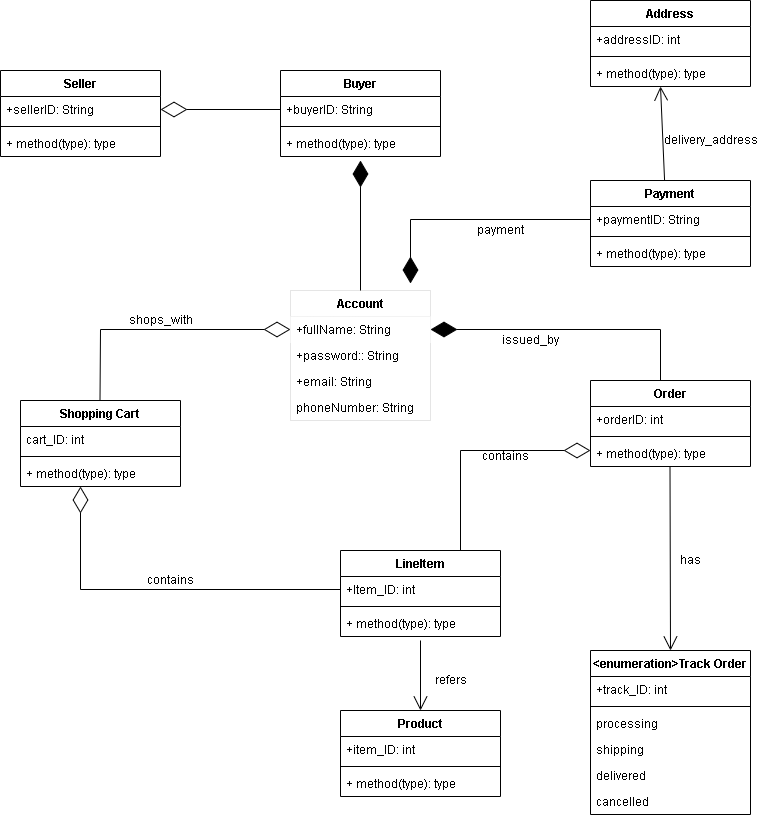
Before: givealittle/UML diagramls/Logical View/classDiagram.png, a diagram exported from draw.io (tiisetsohub/GiveALittle). Source tidied: cells renumbered, new cells last; positions are measured from the earlier drawing's top-left corner, leaving out a move shared by most shapes.
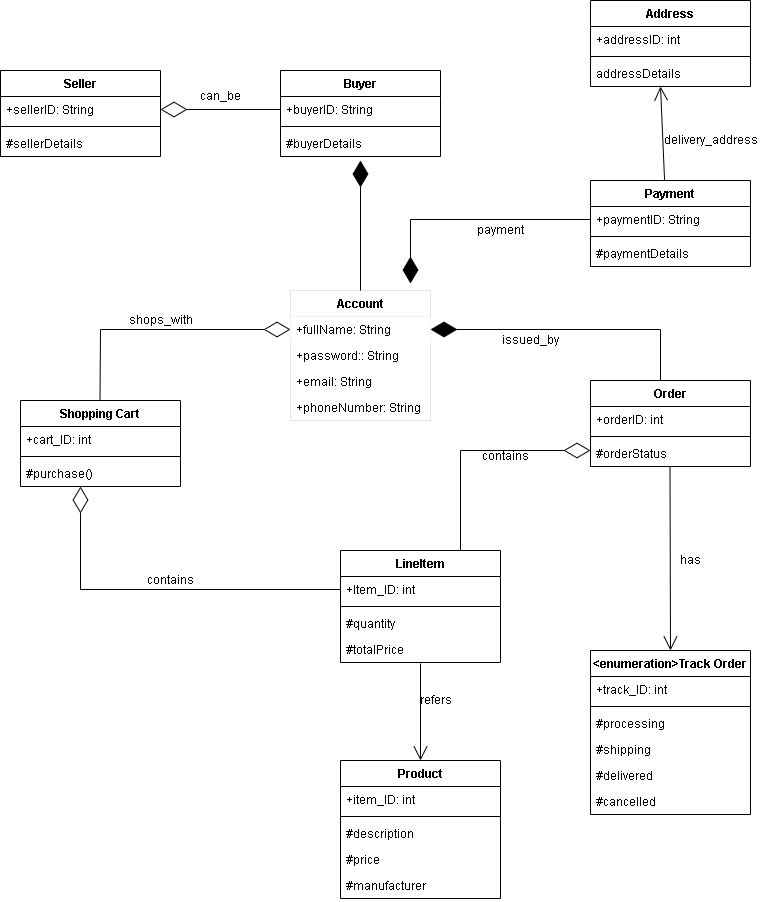
Above is the later version.

What changed in the source:
```diff
@@ -11,7 +11,7 @@
     <mxCell id="4" style="line;strokeWidth=1;fillColor=none;align=left;verticalAlign=middle;spacingTop=-1;spacingLeft=3;spacingRight=3;labelPosition=right;" parent="2" vertex="1">
       <mxGeometry y="52" width="160" height="8" as="geometry" />
     </mxCell>
-    <mxCell id="5" value="+ method(type): type" style="text;strokeColor=none;fillColor=none;align=left;verticalAlign=top;spacingLeft=4;spacingRight=4;overflow=hidden;" parent="2" vertex="1">
+    <mxCell id="5" value="#buyerDetails" style="text;strokeColor=none;fillColor=none;align=left;verticalAlign=top;spacingLeft=4;spacingRight=4;overflow=hidden;" parent="2" vertex="1">
       <mxGeometry y="60" width="160" height="26" as="geometry" />
     </mxCell>
     <mxCell id="6" value="Payment" style="swimlane;fontStyle=1;align=center;verticalAlign=top;horizontal=1;startSize=26;" parent="1" vertex="1">
@@ -23,7 +23,7 @@
     <mxCell id="8" style="line;strokeWidth=1;fillColor=none;align=left;verticalAlign=middle;spacingTop=-1;spacingLeft=3;spacingRight=3;labelPosition=right;" parent="6" vertex="1">
       <mxGeometry y="52" width="160" height="8" as="geometry" />
     </mxCell>
-    <mxCell id="9" value="+ method(type): type" style="text;strokeColor=none;fillColor=none;align=left;verticalAlign=top;spacingLeft=4;spacingRight=4;overflow=hidden;" parent="6" vertex="1">
+    <mxCell id="9" value="#paymentDetails" style="text;strokeColor=none;fillColor=none;align=left;verticalAlign=top;spacingLeft=4;spacingRight=4;overflow=hidden;" parent="6" vertex="1">
       <mxGeometry y="60" width="160" height="26" as="geometry" />
     </mxCell>
     <mxCell id="10" value="Order" style="swimlane;fontStyle=1;align=center;verticalAlign=top;horizontal=1;startSize=26;" parent="1" vertex="1">
@@ -35,11 +35,11 @@
     <mxCell id="12" style="line;strokeWidth=1;fillColor=none;align=left;verticalAlign=middle;spacingTop=-1;spacingLeft=3;spacingRight=3;labelPosition=right;" parent="10" vertex="1">
       <mxGeometry y="52" width="160" height="8" as="geometry" />
     </mxCell>
-    <mxCell id="13" value="+ method(type): type" style="text;strokeColor=none;fillColor=none;align=left;verticalAlign=top;spacingLeft=4;spacingRight=4;overflow=hidden;" parent="10" vertex="1">
+    <mxCell id="13" value="#orderStatus" style="text;strokeColor=none;fillColor=none;align=left;verticalAlign=top;spacingLeft=4;spacingRight=4;overflow=hidden;" parent="10" vertex="1">
       <mxGeometry y="60" width="160" height="26" as="geometry" />
     </mxCell>
     <mxCell id="14" value="LineItem" style="swimlane;fontStyle=1;align=center;verticalAlign=top;horizontal=1;startSize=26;" parent="1" vertex="1">
-      <mxGeometry x="340" y="550" width="160" height="86" as="geometry" />
+      <mxGeometry x="340" y="550" width="160" height="112" as="geometry" />
     </mxCell>
     <mxCell id="15" value="+Item_ID: int" style="text;strokeColor=none;fillColor=none;align=left;verticalAlign=top;spacingLeft=4;spacingRight=4;overflow=hidden;points=[[0,0.5],[1,0.5]];portConstraint=eastwest;" parent="14" vertex="1">
       <mxGeometry y="26" width="160" height="26" as="geometry" />
@@ -47,23 +47,26 @@
     <mxCell id="16" style="line;strokeWidth=1;fillColor=none;align=left;verticalAlign=middle;spacingTop=-1;spacingLeft=3;spacingRight=3;labelPosition=right;" parent="14" vertex="1">
       <mxGeometry y="52" width="160" height="8" as="geometry" />
     </mxCell>
-    <mxCell id="17" value="+ method(type): type" style="text;strokeColor=none;fillColor=none;align=left;verticalAlign=top;spacingLeft=4;spacingRight=4;overflow=hidden;points=[[0,0.5],[1,0.5]];portConstraint=eastwest;" parent="14" vertex="1">
+    <mxCell id="17" value="#quantity" style="text;strokeColor=none;fillColor=none;align=left;verticalAlign=top;spacingLeft=4;spacingRight=4;overflow=hidden;points=[[0,0.5],[1,0.5]];portConstraint=eastwest;" parent="14" vertex="1">
       <mxGeometry y="60" width="160" height="26" as="geometry" />
     </mxCell>
+    <mxCell id="64" value="#totalPrice" style="text;strokeColor=none;fillColor=none;align=left;verticalAlign=top;spacingLeft=4;spacingRight=4;overflow=hidden;points=[[0,0.5],[1,0.5]];portConstraint=eastwest;" parent="14" vertex="1">
+      <mxGeometry y="86" width="160" height="26" as="geometry" />
+    </mxCell>
     <mxCell id="18" value="Shopping Cart" style="swimlane;fontStyle=1;align=center;verticalAlign=top;horizontal=1;startSize=26;" parent="1" vertex="1">
       <mxGeometry x="20" y="400" width="160" height="86" as="geometry" />
     </mxCell>
-    <mxCell id="19" value="cart_ID: int" style="text;strokeColor=none;fillColor=none;align=left;verticalAlign=top;spacingLeft=4;spacingRight=4;overflow=hidden;" parent="18" vertex="1">
+    <mxCell id="19" value="+cart_ID: int" style="text;strokeColor=none;fillColor=none;align=left;verticalAlign=top;spacingLeft=4;spacingRight=4;overflow=hidden;" parent="18" vertex="1">
       <mxGeometry y="26" width="160" height="26" as="geometry" />
     </mxCell>
     <mxCell id="20" style="line;strokeWidth=1;fillColor=none;align=left;verticalAlign=middle;spacingTop=-1;spacingLeft=3;spacingRight=3;labelPosition=right;" parent="18" vertex="1">
       <mxGeometry y="52" width="160" height="8" as="geometry" />
     </mxCell>
-    <mxCell id="21" value="+ method(type): type" style="text;strokeColor=none;fillColor=none;align=left;verticalAlign=top;spacingLeft=4;spacingRight=4;overflow=hidden;points=[[0,0.5],[1,0.5]];portConstraint=eastwest;" parent="18" vertex="1">
+    <mxCell id="21" value="#purchase()" style="text;strokeColor=none;fillColor=none;align=left;verticalAlign=top;spacingLeft=4;spacingRight=4;overflow=hidden;points=[[0,0.5],[1,0.5]];portConstraint=eastwest;" parent="18" vertex="1">
       <mxGeometry y="60" width="160" height="26" as="geometry" />
     </mxCell>
     <mxCell id="22" value="Product" style="swimlane;fontStyle=1;align=center;verticalAlign=top;horizontal=1;startSize=26;" parent="1" vertex="1">
-      <mxGeometry x="340" y="710" width="160" height="86" as="geometry" />
+      <mxGeometry x="340" y="760" width="160" height="138" as="geometry" />
     </mxCell>
     <mxCell id="23" value="+item_ID: int" style="text;strokeColor=none;fillColor=none;align=left;verticalAlign=top;spacingLeft=4;spacingRight=4;overflow=hidden;" parent="22" vertex="1">
       <mxGeometry y="26" width="160" height="26" as="geometry" />
@@ -71,9 +74,15 @@
     <mxCell id="24" style="line;strokeWidth=1;fillColor=none;align=left;verticalAlign=middle;spacingTop=-1;spacingLeft=3;spacingRight=3;labelPosition=right;" parent="22" vertex="1">
       <mxGeometry y="52" width="160" height="8" as="geometry" />
     </mxCell>
-    <mxCell id="25" value="+ method(type): type" style="text;strokeColor=none;fillColor=none;align=left;verticalAlign=top;spacingLeft=4;spacingRight=4;overflow=hidden;" parent="22" vertex="1">
+    <mxCell id="25" value="#description" style="text;strokeColor=none;fillColor=none;align=left;verticalAlign=top;spacingLeft=4;spacingRight=4;overflow=hidden;" parent="22" vertex="1">
       <mxGeometry y="60" width="160" height="26" as="geometry" />
     </mxCell>
+    <mxCell id="65" value="#price" style="text;strokeColor=none;fillColor=none;align=left;verticalAlign=top;spacingLeft=4;spacingRight=4;overflow=hidden;" parent="22" vertex="1">
+      <mxGeometry y="86" width="160" height="26" as="geometry" />
+    </mxCell>
+    <mxCell id="66" value="#manufacturer" style="text;strokeColor=none;fillColor=none;align=left;verticalAlign=top;spacingLeft=4;spacingRight=4;overflow=hidden;" parent="22" vertex="1">
+      <mxGeometry y="112" width="160" height="26" as="geometry" />
+    </mxCell>
     <mxCell id="26" value="&lt;enumeration&gt;Track Order" style="swimlane;fontStyle=1;align=center;verticalAlign=top;horizontal=1;startSize=26;" parent="1" vertex="1">
       <mxGeometry x="590" y="650" width="160" height="164" as="geometry" />
     </mxCell>
@@ -83,16 +92,16 @@
     <mxCell id="28" style="line;strokeWidth=1;fillColor=none;align=left;verticalAlign=middle;spacingTop=-1;spacingLeft=3;spacingRight=3;labelPosition=right;" parent="26" vertex="1">
       <mxGeometry y="52" width="160" height="8" as="geometry" />
     </mxCell>
-    <mxCell id="29" value="processing" style="text;strokeColor=none;fillColor=none;align=left;verticalAlign=top;spacingLeft=4;spacingRight=4;overflow=hidden;" parent="26" vertex="1">
+    <mxCell id="29" value="#processing" style="text;strokeColor=none;fillColor=none;align=left;verticalAlign=top;spacingLeft=4;spacingRight=4;overflow=hidden;" parent="26" vertex="1">
       <mxGeometry y="60" width="160" height="26" as="geometry" />
     </mxCell>
-    <mxCell id="30" value="shipping" style="text;strokeColor=none;fillColor=none;align=left;verticalAlign=top;spacingLeft=4;spacingRight=4;overflow=hidden;" parent="26" vertex="1">
+    <mxCell id="30" value="#shipping" style="text;strokeColor=none;fillColor=none;align=left;verticalAlign=top;spacingLeft=4;spacingRight=4;overflow=hidden;" parent="26" vertex="1">
       <mxGeometry y="86" width="160" height="26" as="geometry" />
     </mxCell>
-    <mxCell id="31" value="delivered" style="text;strokeColor=none;fillColor=none;align=left;verticalAlign=top;spacingLeft=4;spacingRight=4;overflow=hidden;" parent="26" vertex="1">
+    <mxCell id="31" value="#delivered" style="text;strokeColor=none;fillColor=none;align=left;verticalAlign=top;spacingLeft=4;spacingRight=4;overflow=hidden;" parent="26" vertex="1">
       <mxGeometry y="112" width="160" height="26" as="geometry" />
     </mxCell>
-    <mxCell id="32" value="cancelled" style="text;strokeColor=none;fillColor=none;align=left;verticalAlign=top;spacingLeft=4;spacingRight=4;overflow=hidden;" parent="26" vertex="1">
+    <mxCell id="32" value="#cancelled" style="text;strokeColor=none;fillColor=none;align=left;verticalAlign=top;spacingLeft=4;spacingRight=4;overflow=hidden;" parent="26" vertex="1">
       <mxGeometry y="138" width="160" height="26" as="geometry" />
     </mxCell>
     <mxCell id="33" value="Seller" style="swimlane;fontStyle=1;align=center;verticalAlign=top;horizontal=1;startSize=26;" parent="1" vertex="1">
@@ -104,7 +113,7 @@
     <mxCell id="35" style="line;strokeWidth=1;fillColor=none;align=left;verticalAlign=middle;spacingTop=-1;spacingLeft=3;spacingRight=3;labelPosition=right;" parent="33" vertex="1">
       <mxGeometry y="52" width="160" height="8" as="geometry" />
     </mxCell>
-    <mxCell id="36" value="+ method(type): type" style="text;strokeColor=none;fillColor=none;align=left;verticalAlign=top;spacingLeft=4;spacingRight=4;overflow=hidden;" parent="33" vertex="1">
+    <mxCell id="36" value="#sellerDetails" style="text;strokeColor=none;fillColor=none;align=left;verticalAlign=top;spacingLeft=4;spacingRight=4;overflow=hidden;" parent="33" vertex="1">
       <mxGeometry y="60" width="160" height="26" as="geometry" />
     </mxCell>
     <mxCell id="37" style="endArrow=diamondThin;endFill=1;endSize=24;html=1;rounded=0;exitX=0.5;exitY=0;exitDx=0;exitDy=0;" parent="1" edge="1">
@@ -152,7 +161,7 @@
     <mxCell id="45" value="+email: String&#10;" style="text;strokeColor=none;fillColor=none;align=left;verticalAlign=top;spacingLeft=4;spacingRight=4;overflow=hidden;fontColor=default;" parent="42" vertex="1">
       <mxGeometry y="78" width="140" height="26" as="geometry" />
     </mxCell>
-    <mxCell id="46" value="phoneNumber: String" style="text;strokeColor=none;fillColor=none;align=left;verticalAlign=top;spacingLeft=4;spacingRight=4;overflow=hidden;fontColor=default;" parent="42" vertex="1">
+    <mxCell id="46" value="+phoneNumber: String" style="text;strokeColor=none;fillColor=none;align=left;verticalAlign=top;spacingLeft=4;spacingRight=4;overflow=hidden;fontColor=default;" parent="42" vertex="1">
       <mxGeometry y="104" width="140" height="26" as="geometry" />
     </mxCell>
     <mxCell id="47" style="endArrow=diamondThin;endFill=0;endSize=24;html=1;rounded=0;exitX=0;exitY=0.5;exitDx=0;exitDy=0;edgeStyle=elbowEdgeStyle;" parent="1" edge="1" source="15" target="21">
@@ -171,7 +180,7 @@
         </Array>
       </mxGeometry>
     </mxCell>
-    <mxCell id="49" style="endArrow=open;endFill=1;endSize=12;html=1;rounded=0;entryX=0.5;entryY=0;entryDx=0;entryDy=0;exitX=0.5;exitY=1.154;exitDx=0;exitDy=0;exitPerimeter=0;" parent="1" edge="1" source="17" target="22">
+    <mxCell id="49" style="endArrow=open;endFill=1;endSize=12;html=1;rounded=0;entryX=0.5;entryY=0;entryDx=0;entryDy=0;exitX=0.5;exitY=1.038;exitDx=0;exitDy=0;exitPerimeter=0;" parent="1" edge="1" source="64" target="22">
       <mxGeometry relative="1" as="geometry" />
     </mxCell>
     <mxCell id="50" style="endArrow=open;endFill=1;endSize=12;html=1;rounded=0;entryX=0.5;entryY=0;entryDx=0;entryDy=0;exitX=0.5;exitY=1.154;exitDx=0;exitDy=0;exitPerimeter=0;" parent="1" edge="1" target="26">
@@ -186,7 +195,7 @@
       <mxGeometry x="475" y="446" width="60" height="20" as="geometry" />
     </mxCell>
     <mxCell id="53" value="refers" style="text;html=1;align=center;verticalAlign=middle;fillColor=none;strokeColor=none;rounded=0;" parent="1" vertex="1">
-      <mxGeometry x="425" y="670" width="50" height="20" as="geometry" />
+      <mxGeometry x="410" y="690" width="50" height="20" as="geometry" />
     </mxCell>
     <mxCell id="54" value="has" style="text;html=1;align=center;verticalAlign=middle;fillColor=none;strokeColor=none;rounded=0;" parent="1" vertex="1">
       <mxGeometry x="670" y="550" width="40" height="20" as="geometry" />
@@ -203,7 +212,7 @@
     <mxCell id="58" style="line;strokeWidth=1;fillColor=none;align=left;verticalAlign=middle;spacingTop=-1;spacingLeft=3;spacingRight=3;labelPosition=right;" parent="56" vertex="1">
       <mxGeometry y="52" width="160" height="8" as="geometry" />
     </mxCell>
-    <mxCell id="59" value="+ method(type): type" style="text;strokeColor=none;fillColor=none;align=left;verticalAlign=top;spacingLeft=4;spacingRight=4;overflow=hidden;" parent="56" vertex="1">
+    <mxCell id="59" value="addressDetails" style="text;strokeColor=none;fillColor=none;align=left;verticalAlign=top;spacingLeft=4;spacingRight=4;overflow=hidden;" parent="56" vertex="1">
       <mxGeometry y="60" width="160" height="26" as="geometry" />
     </mxCell>
     <mxCell id="60" style="endArrow=none;endFill=0;endSize=12;html=1;rounded=0;exitX=0.5;exitY=1.154;exitDx=0;exitDy=0;exitPerimeter=0;entryX=0.463;entryY=0;entryDx=0;entryDy=0;entryPerimeter=0;startArrow=open;startFill=0;startSize=12;" parent="1" edge="1" target="6">
@@ -220,5 +229,8 @@
     <mxCell id="63" value="payment" style="text;html=1;align=center;verticalAlign=middle;fillColor=none;strokeColor=none;rounded=0;" parent="1" vertex="1">
       <mxGeometry x="470" y="220" width="60" height="20" as="geometry" />
     </mxCell>
+    <mxCell id="67" value="can_be" style="text;html=1;align=center;verticalAlign=middle;fillColor=none;strokeColor=none;rounded=0;" parent="1" vertex="1">
+      <mxGeometry x="190" y="86" width="60" height="20" as="geometry" />
+    </mxCell>
   </root>
 </mxGraphModel>
```
